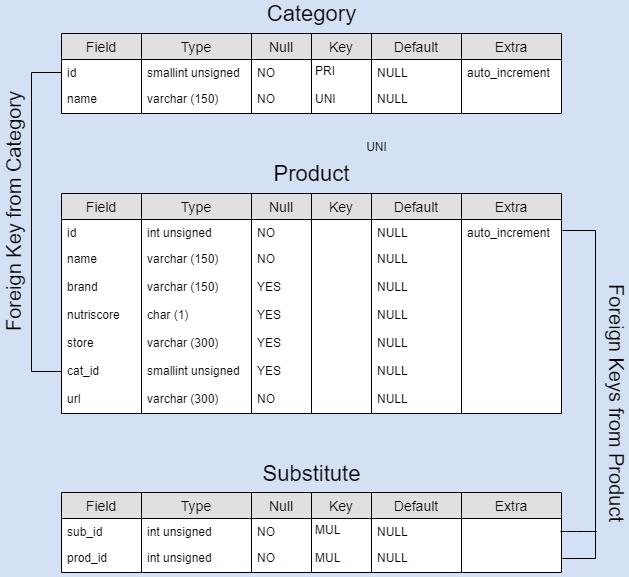
Tony380/Projet5 keeps this draw.io diagram as physic_data_model.png. Above is the earlier version. Source tidied: cells renumbered, new cells last; positions are measured from the earlier drawing's top-left corner, leaving out a move shared by most shapes. The source it was exported from:
```xml
<mxGraphModel background="#D4E1F5">
  <root>
    <mxCell id="0" />
    <mxCell id="1" parent="0" />
    <mxCell id="2" value="&lt;font style=&quot;font-size: 22px&quot;&gt;Category&lt;/font&gt;" style="text;html=1;align=center;verticalAlign=middle;" parent="1" vertex="1">
      <mxGeometry x="374" width="100" height="20" as="geometry" />
    </mxCell>
    <mxCell id="3" value="&lt;font style=&quot;font-size: 22px&quot;&gt;Product&lt;/font&gt;" style="text;html=1;align=center;verticalAlign=middle;" parent="1" vertex="1">
      <mxGeometry x="379" y="160" width="90" height="20" as="geometry" />
    </mxCell>
    <mxCell id="4" style="endArrow=none;html=1;rounded=0;entryX=0;entryY=0.5;entryDx=0;entryDy=0;exitX=0;exitY=0.5;exitDx=0;exitDy=0;" parent="1" edge="1" source="56" target="48">
      <mxGeometry relative="1" as="geometry">
        <Array as="points">
          <mxPoint x="144" y="368" />
          <mxPoint x="144" y="69" />
        </Array>
      </mxGeometry>
    </mxCell>
    <mxCell id="5" value="Key" style="swimlane;fontStyle=0;horizontal=1;startSize=26;fillColor=#e0e0e0;swimlaneFillColor=#ffffff;align=center;fontSize=14;" parent="1" vertex="1">
      <mxGeometry x="424" y="30" width="60" height="80" as="geometry" />
    </mxCell>
    <mxCell id="6" value="PRI&#10;&#10;UNI" style="text;strokeColor=none;fillColor=none;spacingLeft=4;spacingRight=4;overflow=hidden;fontSize=12;spacing=0;" parent="5" vertex="1">
      <mxGeometry y="26" width="60" height="54" as="geometry" />
    </mxCell>
    <mxCell id="7" value="Null" style="swimlane;fontStyle=0;horizontal=1;startSize=26;fillColor=#e0e0e0;swimlaneFillColor=#ffffff;align=center;fontSize=14;" parent="1" vertex="1">
      <mxGeometry x="364" y="30" width="60" height="80" as="geometry" />
    </mxCell>
    <mxCell id="8" value="NO" style="text;strokeColor=none;fillColor=none;spacingLeft=4;spacingRight=4;overflow=hidden;fontSize=12;" parent="7" vertex="1">
      <mxGeometry y="26" width="60" height="26" as="geometry" />
    </mxCell>
    <mxCell id="9" value="NO" style="text;strokeColor=none;fillColor=none;spacingLeft=4;spacingRight=4;overflow=hidden;fontSize=12;" parent="7" vertex="1">
      <mxGeometry y="52" width="60" height="28" as="geometry" />
    </mxCell>
    <mxCell id="10" value="Type" style="swimlane;fontStyle=0;horizontal=1;startSize=26;fillColor=#e0e0e0;swimlaneFillColor=#ffffff;align=center;fontSize=14;" parent="1" vertex="1">
      <mxGeometry x="254" y="30" width="110" height="80" as="geometry" />
    </mxCell>
    <mxCell id="11" value="smallint unsigned" style="text;strokeColor=none;fillColor=none;spacingLeft=4;spacingRight=4;overflow=hidden;fontSize=12;" parent="10" vertex="1">
      <mxGeometry y="26" width="110" height="26" as="geometry" />
    </mxCell>
    <mxCell id="12" value="varchar (150)" style="text;strokeColor=none;fillColor=none;spacingLeft=4;spacingRight=4;overflow=hidden;fontSize=12;" parent="10" vertex="1">
      <mxGeometry y="52" width="110" height="28" as="geometry" />
    </mxCell>
    <mxCell id="13" value="Key" style="swimlane;fontStyle=0;horizontal=1;startSize=26;fillColor=#e0e0e0;swimlaneFillColor=#ffffff;align=center;fontSize=14;" parent="1" vertex="1">
      <mxGeometry x="424" y="190" width="60" height="220" as="geometry" />
    </mxCell>
    <mxCell id="14" value="Null" style="swimlane;fontStyle=0;horizontal=1;startSize=26;fillColor=#e0e0e0;swimlaneFillColor=#ffffff;align=center;fontSize=14;" parent="1" vertex="1">
      <mxGeometry x="364" y="190" width="60" height="220" as="geometry" />
    </mxCell>
    <mxCell id="15" value="NO" style="text;strokeColor=none;fillColor=none;spacingLeft=4;spacingRight=4;overflow=hidden;fontSize=12;" parent="14" vertex="1">
      <mxGeometry y="26" width="60" height="26" as="geometry" />
    </mxCell>
    <mxCell id="16" value="NO" style="text;strokeColor=none;fillColor=none;spacingLeft=4;spacingRight=4;overflow=hidden;fontSize=12;" parent="14" vertex="1">
      <mxGeometry y="52" width="60" height="28" as="geometry" />
    </mxCell>
    <mxCell id="17" value="YES" style="text;strokeColor=none;fillColor=none;spacingLeft=4;spacingRight=4;overflow=hidden;fontSize=12;" parent="14" vertex="1">
      <mxGeometry y="80" width="60" height="28" as="geometry" />
    </mxCell>
    <mxCell id="18" value="YES" style="text;strokeColor=none;fillColor=none;spacingLeft=4;spacingRight=4;overflow=hidden;fontSize=12;" parent="14" vertex="1">
      <mxGeometry y="108" width="60" height="28" as="geometry" />
    </mxCell>
    <mxCell id="19" value="YES" style="text;strokeColor=none;fillColor=none;spacingLeft=4;spacingRight=4;overflow=hidden;fontSize=12;" parent="14" vertex="1">
      <mxGeometry y="136" width="60" height="28" as="geometry" />
    </mxCell>
    <mxCell id="20" value="YES" style="text;strokeColor=none;fillColor=none;spacingLeft=4;spacingRight=4;overflow=hidden;fontSize=12;" parent="14" vertex="1">
      <mxGeometry y="164" width="60" height="28" as="geometry" />
    </mxCell>
    <mxCell id="21" value="NO" style="text;strokeColor=none;fillColor=none;spacingLeft=4;spacingRight=4;overflow=hidden;fontSize=12;" parent="14" vertex="1">
      <mxGeometry y="192" width="60" height="28" as="geometry" />
    </mxCell>
    <mxCell id="22" value="Type" style="swimlane;fontStyle=0;horizontal=1;startSize=26;fillColor=#e0e0e0;swimlaneFillColor=#ffffff;align=center;fontSize=14;" parent="1" vertex="1">
      <mxGeometry x="254" y="190" width="110" height="220" as="geometry" />
    </mxCell>
    <mxCell id="23" value="int unsigned" style="text;strokeColor=none;fillColor=none;spacingLeft=4;spacingRight=4;overflow=hidden;fontSize=12;" parent="22" vertex="1">
      <mxGeometry y="26" width="110" height="26" as="geometry" />
    </mxCell>
    <mxCell id="24" value="varchar (150)" style="text;strokeColor=none;fillColor=none;spacingLeft=4;spacingRight=4;overflow=hidden;fontSize=12;" parent="22" vertex="1">
      <mxGeometry y="52" width="110" height="28" as="geometry" />
    </mxCell>
    <mxCell id="25" value="varchar (150)" style="text;strokeColor=none;fillColor=none;spacingLeft=4;spacingRight=4;overflow=hidden;fontSize=12;" parent="22" vertex="1">
      <mxGeometry y="80" width="110" height="28" as="geometry" />
    </mxCell>
    <mxCell id="26" value="char (1)" style="text;strokeColor=none;fillColor=none;spacingLeft=4;spacingRight=4;overflow=hidden;fontSize=12;" parent="22" vertex="1">
      <mxGeometry y="108" width="110" height="28" as="geometry" />
    </mxCell>
    <mxCell id="27" value="varchar (300)" style="text;strokeColor=none;fillColor=none;spacingLeft=4;spacingRight=4;overflow=hidden;fontSize=12;" parent="22" vertex="1">
      <mxGeometry y="136" width="110" height="28" as="geometry" />
    </mxCell>
    <mxCell id="28" value="smallint unsigned" style="text;strokeColor=none;fillColor=none;spacingLeft=4;spacingRight=4;overflow=hidden;fontSize=12;" parent="22" vertex="1">
      <mxGeometry y="164" width="110" height="28" as="geometry" />
    </mxCell>
    <mxCell id="29" value="varchar (300)" style="text;strokeColor=none;fillColor=none;spacingLeft=4;spacingRight=4;overflow=hidden;fontSize=12;" parent="22" vertex="1">
      <mxGeometry y="192" width="110" height="28" as="geometry" />
    </mxCell>
    <mxCell id="30" value="Extra" style="swimlane;fontStyle=0;horizontal=1;startSize=26;fillColor=#e0e0e0;swimlaneFillColor=#ffffff;align=center;fontSize=14;" parent="1" vertex="1">
      <mxGeometry x="574" y="30" width="100" height="80" as="geometry" />
    </mxCell>
    <mxCell id="31" value="auto_increment" style="text;strokeColor=none;fillColor=none;spacingLeft=4;spacingRight=4;overflow=hidden;fontSize=12;" parent="30" vertex="1">
      <mxGeometry y="26" width="100" height="54" as="geometry" />
    </mxCell>
    <mxCell id="32" value="Default" style="swimlane;fontStyle=0;horizontal=1;startSize=26;fillColor=#e0e0e0;swimlaneFillColor=#ffffff;align=center;fontSize=14;" parent="1" vertex="1">
      <mxGeometry x="484" y="30" width="90" height="80" as="geometry" />
    </mxCell>
    <mxCell id="33" value="NULL" style="text;strokeColor=none;fillColor=none;spacingLeft=4;spacingRight=4;overflow=hidden;fontSize=12;" parent="32" vertex="1">
      <mxGeometry y="26" width="90" height="26" as="geometry" />
    </mxCell>
    <mxCell id="34" value="NULL" style="text;strokeColor=none;fillColor=none;spacingLeft=4;spacingRight=4;overflow=hidden;fontSize=12;" parent="32" vertex="1">
      <mxGeometry y="52" width="90" height="28" as="geometry" />
    </mxCell>
    <mxCell id="35" value="Default" style="swimlane;fontStyle=0;horizontal=1;startSize=26;fillColor=#e0e0e0;swimlaneFillColor=#ffffff;align=center;fontSize=14;" parent="1" vertex="1">
      <mxGeometry x="484" y="190" width="90" height="220" as="geometry" />
    </mxCell>
    <mxCell id="36" value="NULL" style="text;strokeColor=none;fillColor=none;spacingLeft=4;spacingRight=4;overflow=hidden;fontSize=12;" parent="35" vertex="1">
      <mxGeometry y="26" width="90" height="26" as="geometry" />
    </mxCell>
    <mxCell id="37" value="NULL" style="text;strokeColor=none;fillColor=none;spacingLeft=4;spacingRight=4;overflow=hidden;fontSize=12;" parent="35" vertex="1">
      <mxGeometry y="52" width="90" height="28" as="geometry" />
    </mxCell>
    <mxCell id="38" value="NULL" style="text;strokeColor=none;fillColor=none;spacingLeft=4;spacingRight=4;overflow=hidden;fontSize=12;" parent="35" vertex="1">
      <mxGeometry y="80" width="90" height="28" as="geometry" />
    </mxCell>
    <mxCell id="39" value="NULL" style="text;strokeColor=none;fillColor=none;spacingLeft=4;spacingRight=4;overflow=hidden;fontSize=12;" parent="35" vertex="1">
      <mxGeometry y="108" width="90" height="28" as="geometry" />
    </mxCell>
    <mxCell id="40" value="NULL" style="text;strokeColor=none;fillColor=none;spacingLeft=4;spacingRight=4;overflow=hidden;fontSize=12;" parent="35" vertex="1">
      <mxGeometry y="136" width="90" height="28" as="geometry" />
    </mxCell>
    <mxCell id="41" value="NULL" style="text;strokeColor=none;fillColor=none;spacingLeft=4;spacingRight=4;overflow=hidden;fontSize=12;" parent="35" vertex="1">
      <mxGeometry y="164" width="90" height="28" as="geometry" />
    </mxCell>
    <mxCell id="42" value="NULL" style="text;strokeColor=none;fillColor=none;spacingLeft=4;spacingRight=4;overflow=hidden;fontSize=12;" parent="35" vertex="1">
      <mxGeometry y="192" width="90" height="28" as="geometry" />
    </mxCell>
    <mxCell id="43" value="Extra" style="swimlane;fontStyle=0;horizontal=1;startSize=26;fillColor=#e0e0e0;swimlaneFillColor=#ffffff;align=center;fontSize=14;" parent="1" vertex="1">
      <mxGeometry x="574" y="190" width="100" height="220" as="geometry" />
    </mxCell>
    <mxCell id="44" value="auto_increment" style="text;strokeColor=none;fillColor=none;spacingLeft=4;spacingRight=4;overflow=hidden;fontSize=12;" parent="43" vertex="1">
      <mxGeometry y="26" width="100" height="194" as="geometry" />
    </mxCell>
    <mxCell id="45" value="&lt;font style=&quot;font-size: 20px&quot;&gt;Foreign Key from Category&lt;/font&gt;" style="text;html=1;align=center;verticalAlign=middle;direction=south;rotation=270;" parent="1" vertex="1">
      <mxGeometry y="198" width="250" height="21" as="geometry" />
    </mxCell>
    <mxCell id="46" value="UNI" style="text;html=1;align=center;verticalAlign=middle;" parent="1" vertex="1">
      <mxGeometry x="473" y="134" width="31" height="18" as="geometry" />
    </mxCell>
    <mxCell id="47" value="Field" style="swimlane;fontStyle=0;horizontal=1;startSize=26;fillColor=#e0e0e0;swimlaneFillColor=#ffffff;align=center;fontSize=14;" parent="1" vertex="1">
      <mxGeometry x="174" y="30" width="80" height="80" as="geometry" />
    </mxCell>
    <mxCell id="48" value="id" style="text;strokeColor=none;fillColor=none;spacingLeft=4;spacingRight=4;overflow=hidden;points=[[0,0.5],[1,0.5]];portConstraint=eastwest;fontSize=12;" parent="47" vertex="1">
      <mxGeometry y="26" width="80" height="26" as="geometry" />
    </mxCell>
    <mxCell id="49" value="name" style="text;strokeColor=none;fillColor=none;spacingLeft=4;spacingRight=4;overflow=hidden;fontSize=12;" parent="47" vertex="1">
      <mxGeometry y="52" width="80" height="28" as="geometry" />
    </mxCell>
    <mxCell id="50" value="Field" style="swimlane;fontStyle=0;horizontal=1;startSize=26;fillColor=#e0e0e0;swimlaneFillColor=#ffffff;align=center;fontSize=14;" parent="1" vertex="1">
      <mxGeometry x="174" y="190" width="80" height="220" as="geometry" />
    </mxCell>
    <mxCell id="51" value="id" style="text;strokeColor=none;fillColor=none;spacingLeft=4;spacingRight=4;overflow=hidden;fontSize=12;" parent="50" vertex="1">
      <mxGeometry y="26" width="80" height="26" as="geometry" />
    </mxCell>
    <mxCell id="52" value="name" style="text;strokeColor=none;fillColor=none;spacingLeft=4;spacingRight=4;overflow=hidden;fontSize=12;" parent="50" vertex="1">
      <mxGeometry y="52" width="80" height="28" as="geometry" />
    </mxCell>
    <mxCell id="53" value="brand" style="text;strokeColor=none;fillColor=none;spacingLeft=4;spacingRight=4;overflow=hidden;fontSize=12;" parent="50" vertex="1">
      <mxGeometry y="80" width="80" height="28" as="geometry" />
    </mxCell>
    <mxCell id="54" value="nutriscore" style="text;strokeColor=none;fillColor=none;spacingLeft=4;spacingRight=4;overflow=hidden;fontSize=12;" parent="50" vertex="1">
      <mxGeometry y="108" width="80" height="28" as="geometry" />
    </mxCell>
    <mxCell id="55" value="store" style="text;strokeColor=none;fillColor=none;spacingLeft=4;spacingRight=4;overflow=hidden;fontSize=12;" parent="50" vertex="1">
      <mxGeometry y="136" width="80" height="28" as="geometry" />
    </mxCell>
    <mxCell id="56" value="cat_id" style="text;strokeColor=none;fillColor=none;spacingLeft=4;spacingRight=4;overflow=hidden;points=[[0,0.5],[1,0.5]];portConstraint=eastwest;fontSize=12;" parent="50" vertex="1">
      <mxGeometry y="164" width="80" height="28" as="geometry" />
    </mxCell>
    <mxCell id="57" value="url" style="text;strokeColor=none;fillColor=none;spacingLeft=4;spacingRight=4;overflow=hidden;fontSize=12;" parent="50" vertex="1">
      <mxGeometry y="192" width="80" height="28" as="geometry" />
    </mxCell>
    <mxCell id="58" value="&lt;font style=&quot;font-size: 22px&quot;&gt;Substitute&lt;/font&gt;" style="text;html=1;align=center;verticalAlign=middle;" parent="1" vertex="1">
      <mxGeometry x="370" y="459" width="108" height="21" as="geometry" />
    </mxCell>
    <mxCell id="59" value="Key" style="swimlane;fontStyle=0;horizontal=1;startSize=26;fillColor=#e0e0e0;swimlaneFillColor=#ffffff;align=center;fontSize=14;" parent="1" vertex="1">
      <mxGeometry x="424" y="489" width="60" height="80" as="geometry" />
    </mxCell>
    <mxCell id="60" value="MUL&#10;&#10;MUL" style="text;strokeColor=none;fillColor=none;spacingLeft=4;spacingRight=4;overflow=hidden;fontSize=12;spacing=0;" parent="59" vertex="1">
      <mxGeometry y="26" width="60" height="54" as="geometry" />
    </mxCell>
    <mxCell id="61" value="Null" style="swimlane;fontStyle=0;horizontal=1;startSize=26;fillColor=#e0e0e0;swimlaneFillColor=#ffffff;align=center;fontSize=14;" parent="1" vertex="1">
      <mxGeometry x="364" y="489" width="60" height="80" as="geometry" />
    </mxCell>
    <mxCell id="62" value="NO" style="text;strokeColor=none;fillColor=none;spacingLeft=4;spacingRight=4;overflow=hidden;fontSize=12;" parent="61" vertex="1">
      <mxGeometry y="26" width="60" height="26" as="geometry" />
    </mxCell>
    <mxCell id="63" value="NO" style="text;strokeColor=none;fillColor=none;spacingLeft=4;spacingRight=4;overflow=hidden;fontSize=12;" parent="61" vertex="1">
      <mxGeometry y="52" width="60" height="28" as="geometry" />
    </mxCell>
    <mxCell id="64" value="Type" style="swimlane;fontStyle=0;horizontal=1;startSize=26;fillColor=#e0e0e0;swimlaneFillColor=#ffffff;align=center;fontSize=14;" parent="1" vertex="1">
      <mxGeometry x="254" y="489" width="110" height="80" as="geometry" />
    </mxCell>
    <mxCell id="65" value="int unsigned" style="text;strokeColor=none;fillColor=none;spacingLeft=4;spacingRight=4;overflow=hidden;fontSize=12;" parent="64" vertex="1">
      <mxGeometry y="26" width="110" height="26" as="geometry" />
    </mxCell>
    <mxCell id="66" value="int unsigned" style="text;strokeColor=none;fillColor=none;spacingLeft=4;spacingRight=4;overflow=hidden;fontSize=12;" parent="64" vertex="1">
      <mxGeometry y="52" width="110" height="28" as="geometry" />
    </mxCell>
    <mxCell id="67" value="Extra" style="swimlane;fontStyle=0;horizontal=1;startSize=26;fillColor=#e0e0e0;swimlaneFillColor=#ffffff;align=center;fontSize=14;" parent="1" vertex="1">
      <mxGeometry x="574" y="489" width="100" height="80" as="geometry" />
    </mxCell>
    <mxCell id="68" value="Default" style="swimlane;fontStyle=0;horizontal=1;startSize=26;fillColor=#e0e0e0;swimlaneFillColor=#ffffff;align=center;fontSize=14;" parent="1" vertex="1">
      <mxGeometry x="484" y="489" width="90" height="80" as="geometry" />
    </mxCell>
    <mxCell id="69" value="NULL" style="text;strokeColor=none;fillColor=none;spacingLeft=4;spacingRight=4;overflow=hidden;fontSize=12;" parent="68" vertex="1">
      <mxGeometry y="26" width="90" height="26" as="geometry" />
    </mxCell>
    <mxCell id="70" value="NULL" style="text;strokeColor=none;fillColor=none;spacingLeft=4;spacingRight=4;overflow=hidden;fontSize=12;" parent="68" vertex="1">
      <mxGeometry y="52" width="90" height="28" as="geometry" />
    </mxCell>
    <mxCell id="71" value="Field" style="swimlane;fontStyle=0;horizontal=1;startSize=26;fillColor=#e0e0e0;swimlaneFillColor=#ffffff;align=center;fontSize=14;" parent="1" vertex="1">
      <mxGeometry x="174" y="489" width="80" height="80" as="geometry" />
    </mxCell>
    <mxCell id="72" value="sub_id" style="text;strokeColor=none;fillColor=none;spacingLeft=4;spacingRight=4;overflow=hidden;fontSize=12;" parent="71" vertex="1">
      <mxGeometry y="26" width="80" height="26" as="geometry" />
    </mxCell>
    <mxCell id="73" value="prod_id" style="text;strokeColor=none;fillColor=none;spacingLeft=4;spacingRight=4;overflow=hidden;fontSize=12;" parent="71" vertex="1">
      <mxGeometry y="52" width="80" height="28" as="geometry" />
    </mxCell>
    <mxCell id="74" style="endArrow=none;html=1;rounded=0;exitX=1.01;exitY=0.741;exitDx=0;exitDy=0;exitPerimeter=0;" parent="1" edge="1">
      <mxGeometry relative="1" as="geometry">
        <mxPoint x="675" y="555" as="sourcePoint" />
        <mxPoint x="675" y="227" as="targetPoint" />
        <Array as="points">
          <mxPoint x="708" y="555" />
          <mxPoint x="708" y="375" />
          <mxPoint x="708" y="227" />
        </Array>
      </mxGeometry>
    </mxCell>
    <mxCell id="75" value="&lt;span style=&quot;font-size: 20px&quot;&gt;Foreign Keys from Product&lt;/span&gt;" style="text;html=1;align=center;verticalAlign=middle;rotation=90;" parent="1" vertex="1">
      <mxGeometry x="606" y="389" width="248" height="21" as="geometry" />
    </mxCell>
    <mxCell id="76" style="endArrow=none;html=1;" parent="1" edge="1">
      <mxGeometry relative="1" as="geometry">
        <mxPoint x="673" y="528" as="sourcePoint" />
        <mxPoint x="709" y="528" as="targetPoint" />
        <Array as="points">
          <mxPoint x="690" y="528" />
        </Array>
      </mxGeometry>
    </mxCell>
  </root>
</mxGraphModel>
```
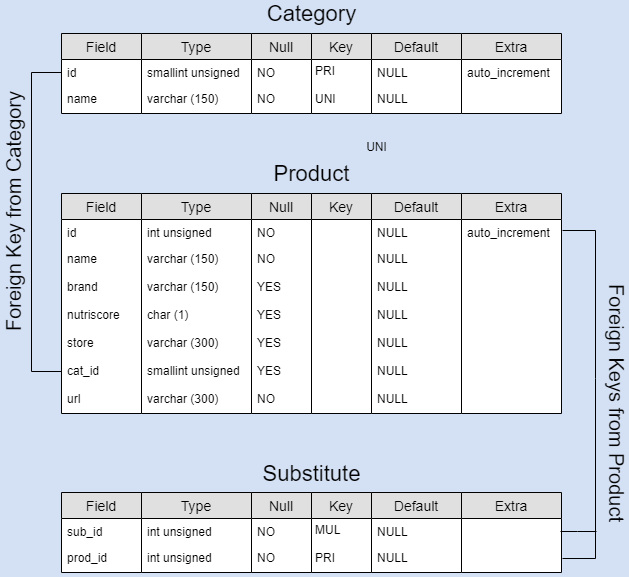
The same diagram one commit later.

Commit message:
Update database, program and model

What changed in the source:
```diff
@@ -181,7 +181,7 @@
     <mxCell id="59" value="Key" style="swimlane;fontStyle=0;horizontal=1;startSize=26;fillColor=#e0e0e0;swimlaneFillColor=#ffffff;align=center;fontSize=14;" parent="1" vertex="1">
       <mxGeometry x="424" y="489" width="60" height="80" as="geometry" />
     </mxCell>
-    <mxCell id="60" value="MUL&#10;&#10;MUL" style="text;strokeColor=none;fillColor=none;spacingLeft=4;spacingRight=4;overflow=hidden;fontSize=12;spacing=0;" parent="59" vertex="1">
+    <mxCell id="60" value="MUL&#10;&#10;PRI" style="text;strokeColor=none;fillColor=none;spacingLeft=4;spacingRight=4;overflow=hidden;fontSize=12;spacing=0;" parent="59" vertex="1">
       <mxGeometry y="26" width="60" height="54" as="geometry" />
     </mxCell>
     <mxCell id="61" value="Null" style="swimlane;fontStyle=0;horizontal=1;startSize=26;fillColor=#e0e0e0;swimlaneFillColor=#ffffff;align=center;fontSize=14;" parent="1" vertex="1">
```
